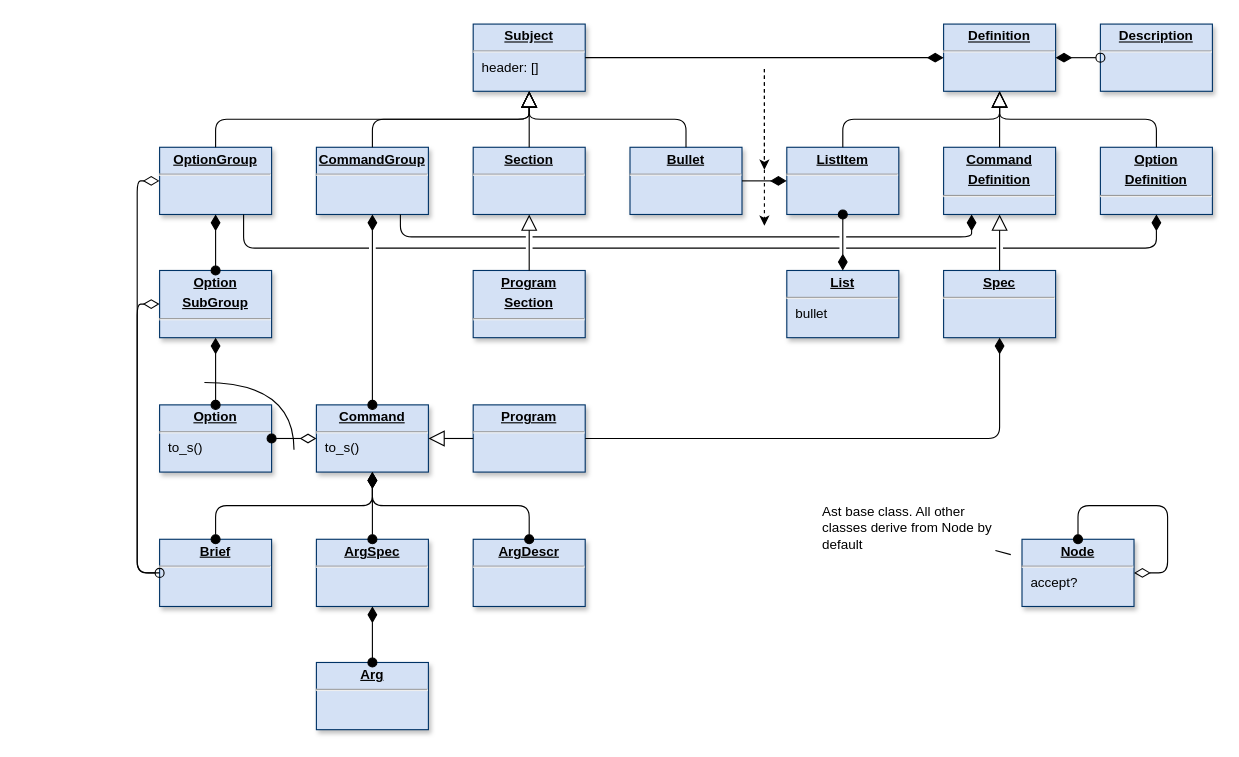
This is page "Ast" (1 of 6) of doc/diagram.drawio from clrgit/shellopts, a draw.io file, before an edit. Source tidied: cells renumbered, new cells numbered last; positions are measured from the earlier drawing's top-left corner, leaving out a move shared by most shapes. Both pictures are drawn from the tidied source at 112%, with x=0, y=0 at pixel (58, 24).
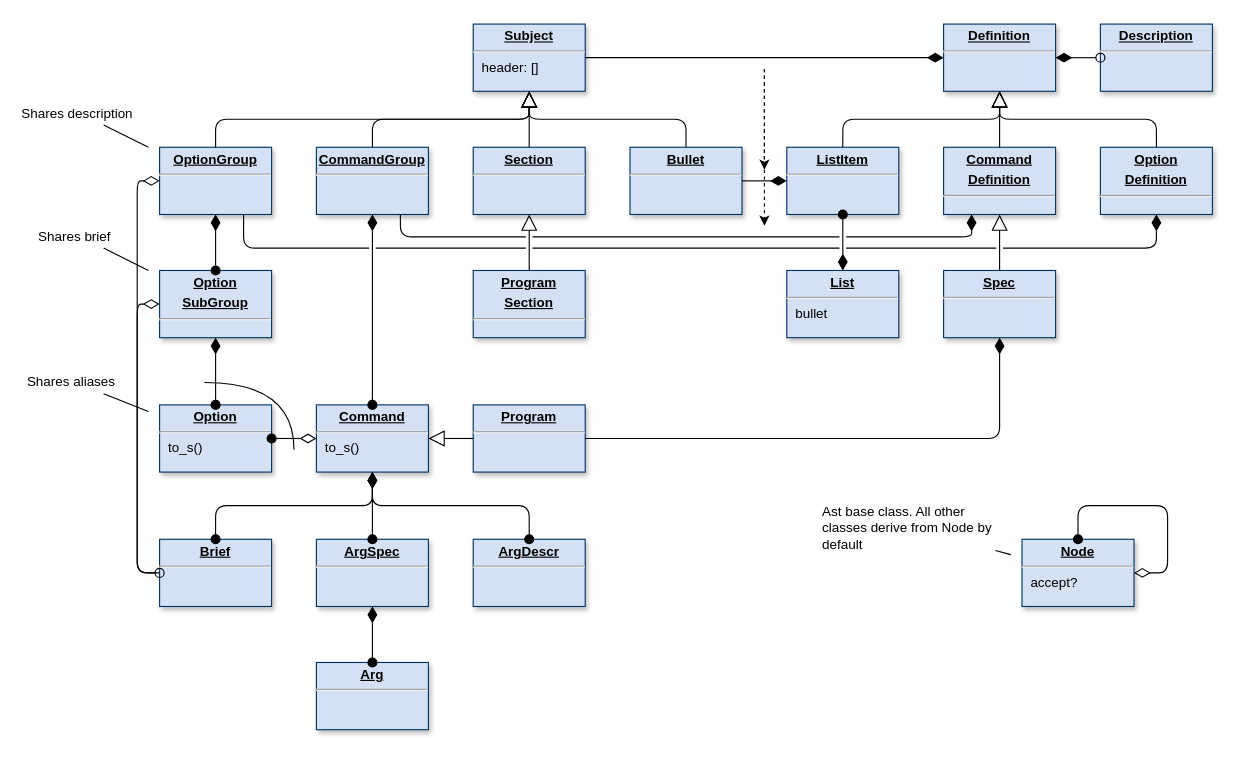
Above is the later version.

The change refers to these unchanged cells:
```xml
<mxCell id="5" value="&lt;p style=&quot;margin: 0px ; margin-top: 4px ; text-align: center ; text-decoration: underline&quot;&gt;&lt;b&gt;OptionGroup&lt;/b&gt;&lt;/p&gt;&lt;hr&gt;&lt;p style=&quot;margin: 0px ; margin-left: 8px&quot;&gt;&lt;br&gt;&lt;/p&gt;" style="verticalAlign=top;align=left;overflow=fill;fontSize=12;fontFamily=Helvetica;html=1;shadow=1;strokeColor=#003366;fillColor=#D4E1F5;" parent="1" vertex="1">
  <mxGeometry x="90" y="110" width="100" height="60" as="geometry" />
</mxCell>
<mxCell id="11" value="&lt;p style=&quot;margin: 0px ; margin-top: 4px ; text-align: center ; text-decoration: underline&quot;&gt;&lt;b&gt;Option&lt;/b&gt;&lt;/p&gt;&lt;hr&gt;&lt;p style=&quot;margin: 0px ; margin-left: 8px&quot;&gt;to_s()&lt;/p&gt;" style="verticalAlign=top;align=left;overflow=fill;fontSize=12;fontFamily=Helvetica;html=1;shadow=1;strokeColor=#003366;fillColor=#D4E1F5;" parent="1" vertex="1">
  <mxGeometry x="90" y="340" width="100" height="60" as="geometry" />
</mxCell>
<mxCell id="28" value="&lt;p style=&quot;margin: 0px ; margin-top: 4px ; text-align: center ; text-decoration: underline&quot;&gt;&lt;b&gt;Option&lt;/b&gt;&lt;/p&gt;&lt;p style=&quot;margin: 0px ; margin-top: 4px ; text-align: center ; text-decoration: underline&quot;&gt;&lt;b&gt;SubGroup&lt;/b&gt;&lt;/p&gt;&lt;hr&gt;&lt;p style=&quot;margin: 0px ; margin-left: 8px&quot;&gt;&lt;br&gt;&lt;/p&gt;" style="verticalAlign=top;align=left;overflow=fill;fontSize=12;fontFamily=Helvetica;html=1;shadow=1;strokeColor=#003366;fillColor=#D4E1F5;" parent="1" vertex="1">
  <mxGeometry x="90" y="220" width="100" height="60" as="geometry" />
</mxCell>
```

Change to the diagram source:
```diff
@@
+    <mxCell id="57" style="endArrow=none;html=1;sourcePerimeterSpacing=10;startSize=0;targetPerimeterSpacing=0;" parent="1" edge="1" source="5" target="58">
+      <mxGeometry relative="1" as="geometry" />
+    </mxCell>
+    <mxCell id="58" value="Shares description" style="text;html=1;strokeColor=none;fillColor=none;align=left;verticalAlign=middle;whiteSpace=wrap;rounded=0;labelPosition=center;verticalLabelPosition=middle;" parent="1" vertex="1">
+      <mxGeometry x="-35" y="70" width="110" height="20" as="geometry" />
+    </mxCell>
+    <mxCell id="59" style="endArrow=none;html=1;sourcePerimeterSpacing=10;startSize=0;targetPerimeterSpacing=0;endSize=0;" parent="1" edge="1" source="28" target="60">
+      <mxGeometry relative="1" as="geometry" />
+    </mxCell>
+    <mxCell id="60" value="Shares brief" style="text;html=1;strokeColor=none;fillColor=none;align=left;verticalAlign=middle;whiteSpace=wrap;rounded=0;labelPosition=center;verticalLabelPosition=middle;" parent="1" vertex="1">
+      <mxGeometry x="-20" y="180" width="80" height="20" as="geometry" />
+    </mxCell>
+    <mxCell id="61" style="endArrow=none;html=1;sourcePerimeterSpacing=10;startSize=0;targetPerimeterSpacing=0;endSize=0;" parent="1" edge="1" source="11" target="62">
+      <mxGeometry relative="1" as="geometry" />
+    </mxCell>
+    <mxCell id="62" value="Shares aliases" style="text;html=1;strokeColor=none;fillColor=none;align=left;verticalAlign=middle;whiteSpace=wrap;rounded=0;labelPosition=center;verticalLabelPosition=middle;" parent="1" vertex="1">
+      <mxGeometry x="-30" y="310" width="90" height="20" as="geometry" />
+    </mxCell>
```
